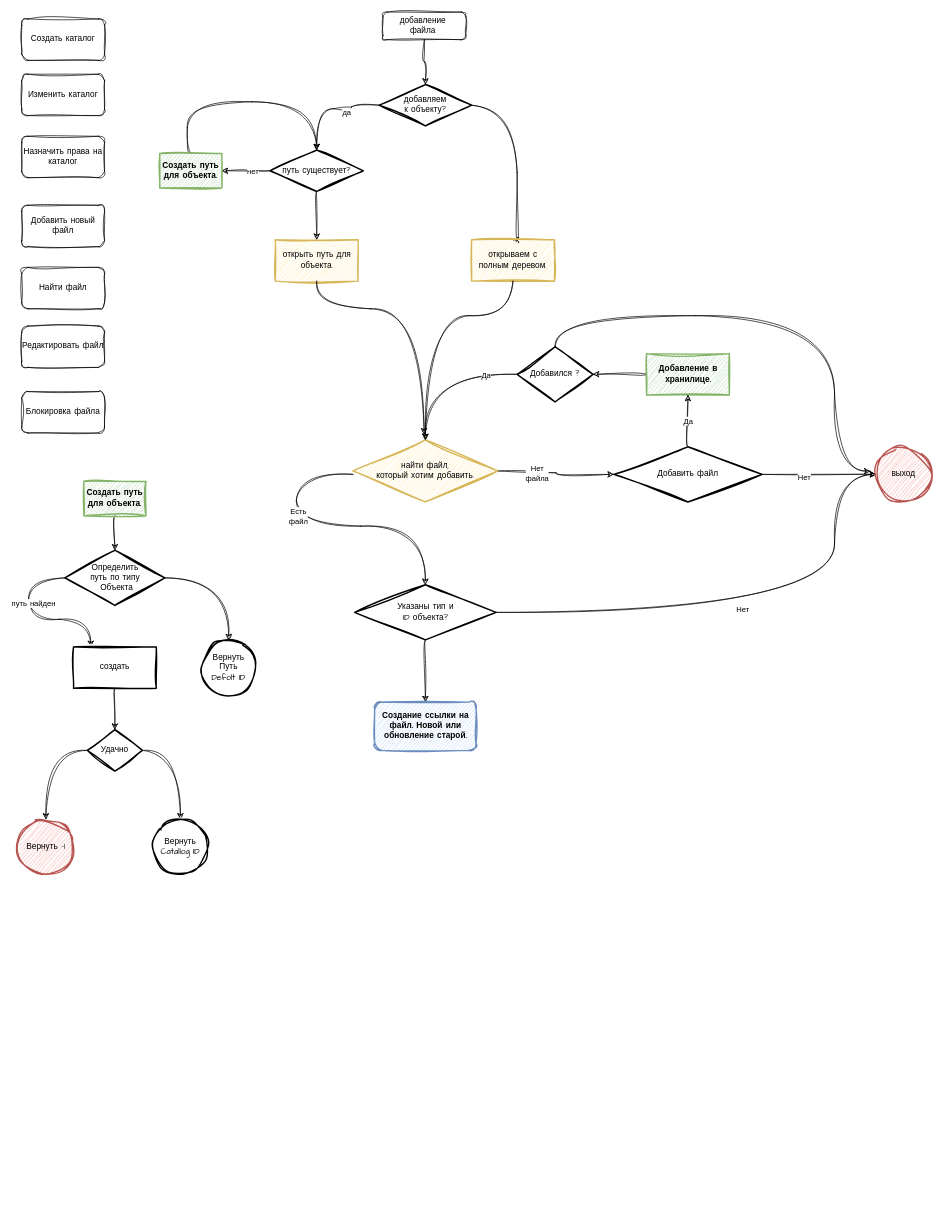
Before: ФайловоеХранилище.drawio in sashok74/diagrams, a draw.io diagram. Source tidied: cells renumbered, new cells numbered last; positions are measured from the earlier drawing's top-left corner, leaving out a move shared by most shapes. Both pictures are drawn from the tidied source at 69%, with x=0, y=0 at pixel (18, 12).
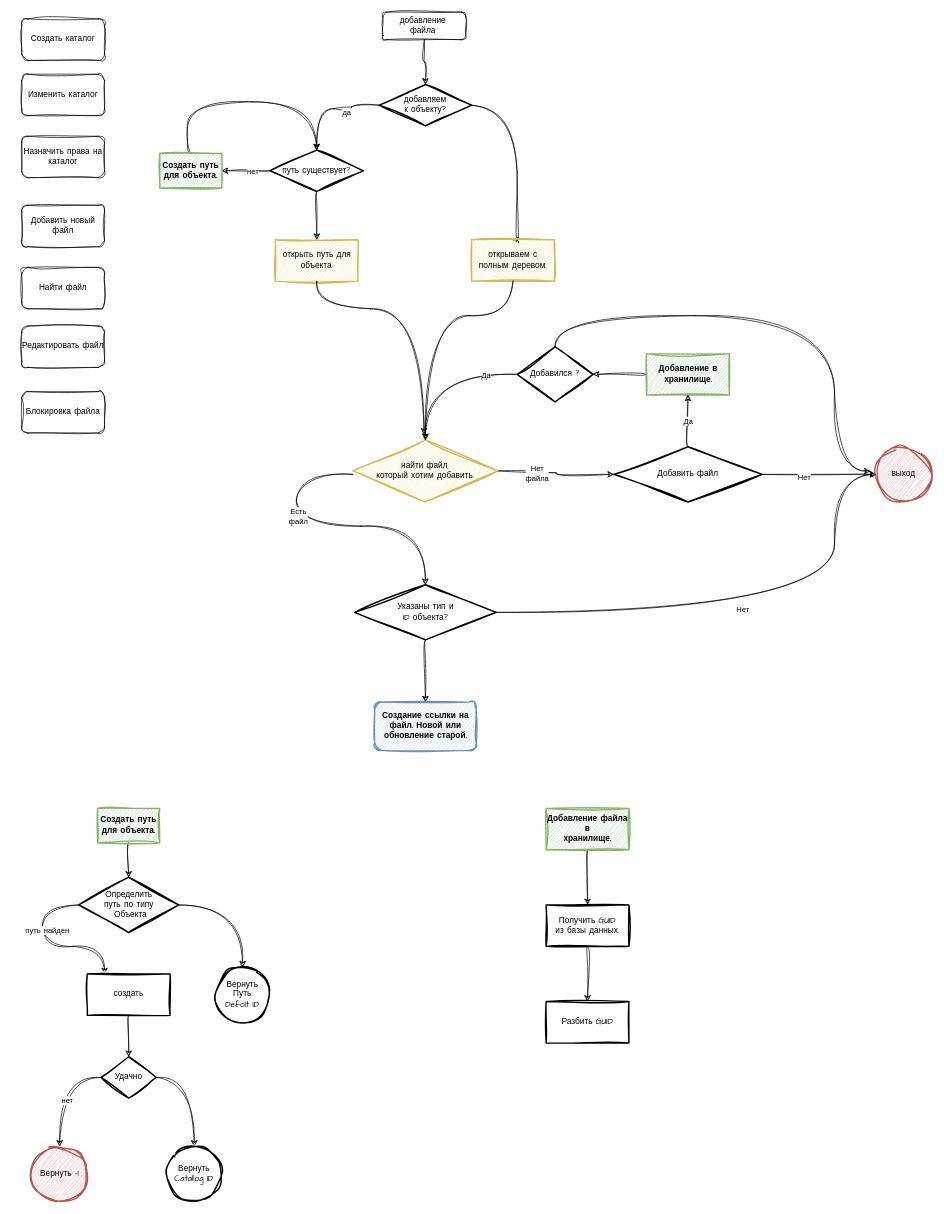
The same diagram, later.

Unchanged cells that the change refers to:
```xml
<mxCell id="56" style="edgeStyle=orthogonalEdgeStyle;shape=connector;curved=1;rounded=0;sketch=1;hachureGap=4;jiggle=2;curveFitting=1;jettySize=auto;html=1;strokeColor=default;align=center;verticalAlign=middle;fontFamily=Architects Daughter;fontSize=11;fontColor=default;labelBackgroundColor=default;endArrow=classic;" parent="1" edge="1" source="57" target="59">
  <mxGeometry relative="1" as="geometry" />
</mxCell>
```

Change to the diagram source:
```diff
@@
-    <mxCell id="31" value="Добавление в&lt;br&gt;хранилице." style="whiteSpace=wrap;html=1;fontFamily=Architects Daughter;strokeWidth=2;sketch=1;hachureGap=4;jiggle=2;curveFitting=1;fillColor=#d5e8d4;strokeColor=#82b366;fontStyle=1;" parent="1" vertex="1">
+    <mxCell id="31" value="Добавление в&lt;br&gt;хранилище." style="whiteSpace=wrap;html=1;fontFamily=Architects Daughter;strokeWidth=2;sketch=1;hachureGap=4;jiggle=2;curveFitting=1;fillColor=#d5e8d4;strokeColor=#82b366;fontStyle=1;" parent="1" vertex="1">
       <mxGeometry x="910.5" y="495" width="120" height="60" as="geometry" />
     </mxCell>
@@
     <mxCell id="48" value="Создать путь для объекта." style="whiteSpace=wrap;html=1;fontFamily=Architects Daughter;strokeWidth=2;sketch=1;hachureGap=4;jiggle=2;curveFitting=1;fillColor=#d5e8d4;strokeColor=#82b366;fontStyle=1;" parent="1" vertex="1">
-      <mxGeometry x="95" y="680" width="90" height="50" as="geometry" />
+      <mxGeometry x="115" y="1154" width="90" height="50" as="geometry" />
     </mxCell>
     <mxCell id="49" style="edgeStyle=orthogonalEdgeStyle;shape=connector;curved=1;rounded=0;sketch=1;hachureGap=4;jiggle=2;curveFitting=1;jettySize=auto;html=1;strokeColor=default;align=center;verticalAlign=middle;fontFamily=Architects Daughter;fontSize=11;fontColor=default;labelBackgroundColor=default;endArrow=classic;exitX=0;exitY=0.5;exitDx=0;exitDy=0;" parent="1" edge="1" source="52" target="54">
       <mxGeometry relative="1" as="geometry">
         <Array as="points">
-          <mxPoint x="15" y="820" />
-          <mxPoint x="15" y="880" />
-          <mxPoint x="105" y="880" />
+          <mxPoint x="35" y="1294" />
+          <mxPoint x="35" y="1354" />
+          <mxPoint x="125" y="1354" />
         </Array>
       </mxGeometry>
     </mxCell>
@@
     <mxCell id="52" value="Определить &lt;br&gt;путь по типу&lt;br&gt;&amp;nbsp;Объекта" style="rhombus;whiteSpace=wrap;html=1;fontFamily=Architects Daughter;strokeWidth=2;sketch=1;hachureGap=4;jiggle=2;curveFitting=1;fontStyle=0;" parent="1" vertex="1">
-      <mxGeometry x="67.5" y="780" width="145" height="80" as="geometry" />
+      <mxGeometry x="87.5" y="1254" width="145" height="80" as="geometry" />
     </mxCell>
@@
     <mxCell id="54" value="создать" style="whiteSpace=wrap;html=1;fontFamily=Architects Daughter;strokeWidth=2;sketch=1;hachureGap=4;jiggle=2;curveFitting=1;fontStyle=0;" parent="1" vertex="1">
-      <mxGeometry x="80" y="920" width="120" height="60" as="geometry" />
+      <mxGeometry x="100" y="1394" width="120" height="60" as="geometry" />
     </mxCell>
     <mxCell id="55" style="edgeStyle=orthogonalEdgeStyle;shape=connector;curved=1;rounded=0;sketch=1;hachureGap=4;jiggle=2;curveFitting=1;jettySize=auto;html=1;strokeColor=default;align=center;verticalAlign=middle;fontFamily=Architects Daughter;fontSize=11;fontColor=default;labelBackgroundColor=default;endArrow=classic;" parent="1" edge="1" source="57" target="58">
       <mxGeometry relative="1" as="geometry">
         <Array as="points">
-          <mxPoint x="235" y="1070" />
+          <mxPoint x="255" y="1544" />
         </Array>
       </mxGeometry>
     </mxCell>
@@
+    <mxCell id="61" value="нет" style="edgeLabel;html=1;align=center;verticalAlign=middle;sketch=1;hachureGap=4;jiggle=2;curveFitting=1;fontFamily=Architects Daughter;fontSize=11;fontColor=default;labelBackgroundColor=default;" parent="56" vertex="1">
+      <mxGeometry x="0.16" y="10" relative="1" as="geometry" />
+    </mxCell>
     <mxCell id="57" value="&lt;div&gt;Удачно&lt;/div&gt;" style="rhombus;whiteSpace=wrap;html=1;fontFamily=Architects Daughter;strokeWidth=2;sketch=1;hachureGap=4;jiggle=2;curveFitting=1;fontStyle=0;" parent="1" vertex="1">
-      <mxGeometry x="100" y="1040" width="80" height="60" as="geometry" />
+      <mxGeometry x="120" y="1514" width="80" height="60" as="geometry" />
     </mxCell>
     <mxCell id="58" value="Вернуть&lt;br&gt;Catallog ID" style="ellipse;whiteSpace=wrap;html=1;fontFamily=Architects Daughter;strokeWidth=2;sketch=1;hachureGap=4;jiggle=2;curveFitting=1;fontStyle=0;" parent="1" vertex="1">
-      <mxGeometry x="195" y="1170" width="80" height="80" as="geometry" />
+      <mxGeometry x="215" y="1644" width="80" height="80" as="geometry" />
     </mxCell>
     <mxCell id="59" value="Вернуть -1" style="ellipse;whiteSpace=wrap;html=1;fontFamily=Architects Daughter;strokeWidth=2;sketch=1;hachureGap=4;jiggle=2;curveFitting=1;fontStyle=0;fillColor=#f8cecc;strokeColor=#b85450;" parent="1" vertex="1">
-      <mxGeometry y="1170" width="80" height="80" as="geometry" />
+      <mxGeometry x="20" y="1644" width="80" height="80" as="geometry" />
     </mxCell>
     <mxCell id="60" value="Вернуть&lt;br&gt;Путь &lt;br&gt;Defolt ID" style="ellipse;whiteSpace=wrap;html=1;fontFamily=Architects Daughter;strokeWidth=2;sketch=1;hachureGap=4;jiggle=2;curveFitting=1;fontStyle=0;" parent="1" vertex="1">
-      <mxGeometry x="265" y="910" width="80" height="80" as="geometry" />
+      <mxGeometry x="285" y="1384" width="80" height="80" as="geometry" />
     </mxCell>
+    <mxCell id="62" style="edgeStyle=orthogonalEdgeStyle;shape=connector;curved=1;rounded=0;sketch=1;hachureGap=4;jiggle=2;curveFitting=1;jettySize=auto;html=1;strokeColor=default;align=center;verticalAlign=middle;fontFamily=Architects Daughter;fontSize=11;fontColor=default;labelBackgroundColor=default;endArrow=classic;" parent="1" edge="1" source="63" target="65">
+      <mxGeometry relative="1" as="geometry" />
+    </mxCell>
+    <mxCell id="63" value="Добавление файла в&lt;br&gt;хранилище." style="whiteSpace=wrap;html=1;fontFamily=Architects Daughter;strokeWidth=2;sketch=1;hachureGap=4;jiggle=2;curveFitting=1;fillColor=#d5e8d4;strokeColor=#82b366;fontStyle=1;" parent="1" vertex="1">
+      <mxGeometry x="765" y="1154" width="120" height="60" as="geometry" />
+    </mxCell>
+    <mxCell id="64" style="edgeStyle=orthogonalEdgeStyle;shape=connector;curved=1;rounded=0;sketch=1;hachureGap=4;jiggle=2;curveFitting=1;jettySize=auto;html=1;strokeColor=default;align=center;verticalAlign=middle;fontFamily=Architects Daughter;fontSize=11;fontColor=default;labelBackgroundColor=default;endArrow=classic;" parent="1" edge="1" source="65" target="66">
+      <mxGeometry relative="1" as="geometry" />
+    </mxCell>
+    <mxCell id="65" value="Получить GUID&lt;br&gt;из базы данных." style="whiteSpace=wrap;html=1;fontFamily=Architects Daughter;strokeWidth=2;sketch=1;hachureGap=4;jiggle=2;curveFitting=1;fontStyle=0;" parent="1" vertex="1">
+      <mxGeometry x="765" y="1294" width="120" height="60" as="geometry" />
+    </mxCell>
+    <mxCell id="66" value="Разбить GUID" style="whiteSpace=wrap;html=1;fontFamily=Architects Daughter;strokeWidth=2;sketch=1;hachureGap=4;jiggle=2;curveFitting=1;fontStyle=0;" parent="1" vertex="1">
+      <mxGeometry x="765" y="1434" width="120" height="60" as="geometry" />
+    </mxCell>
```
